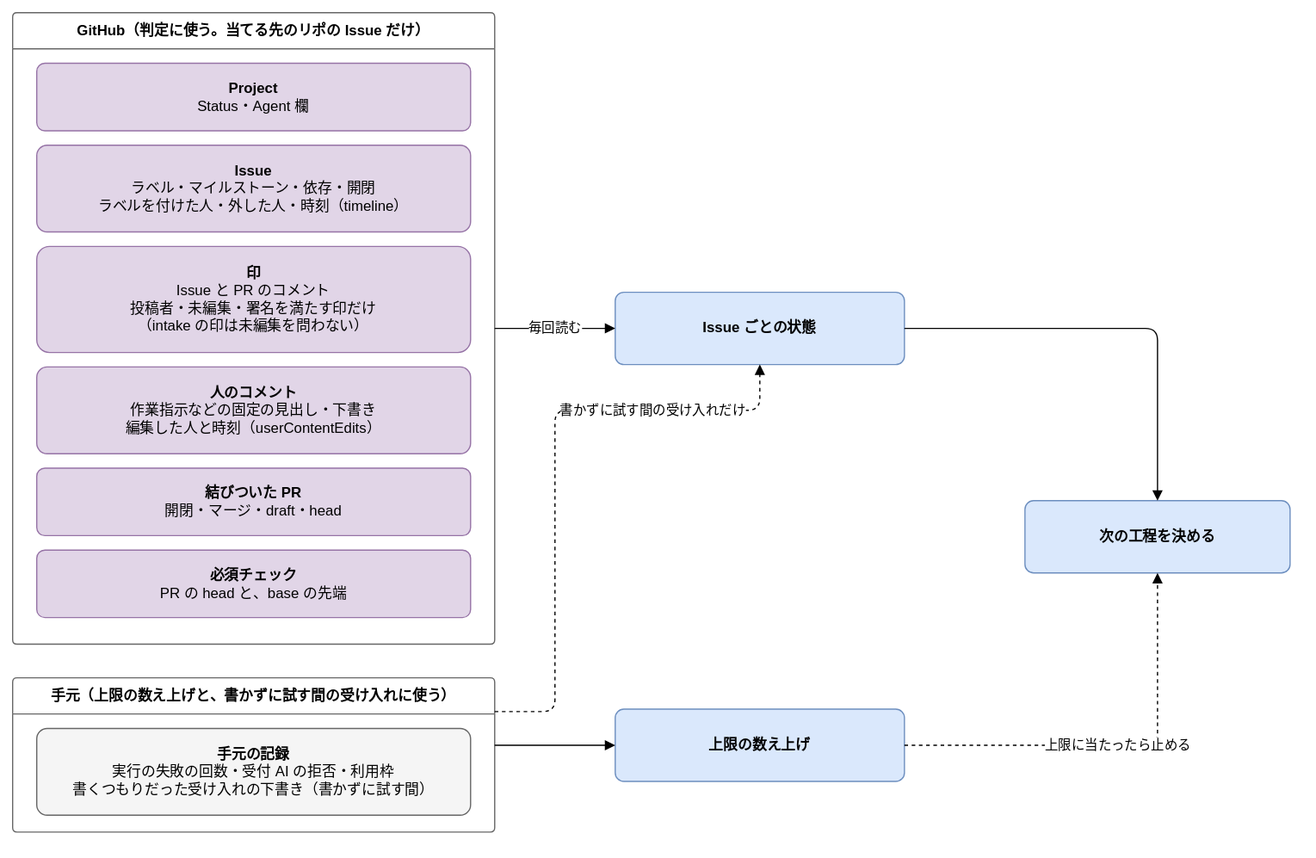
Above: docs/design/basic/diagrams/02-state-assembly.drawio.svg in Joymerrevent/dev-autopilot (draw.io), before the change. Source tidied: cells renumbered, new cells last; positions are measured from the earlier drawing's top-left corner, leaving out a move shared by most shapes.
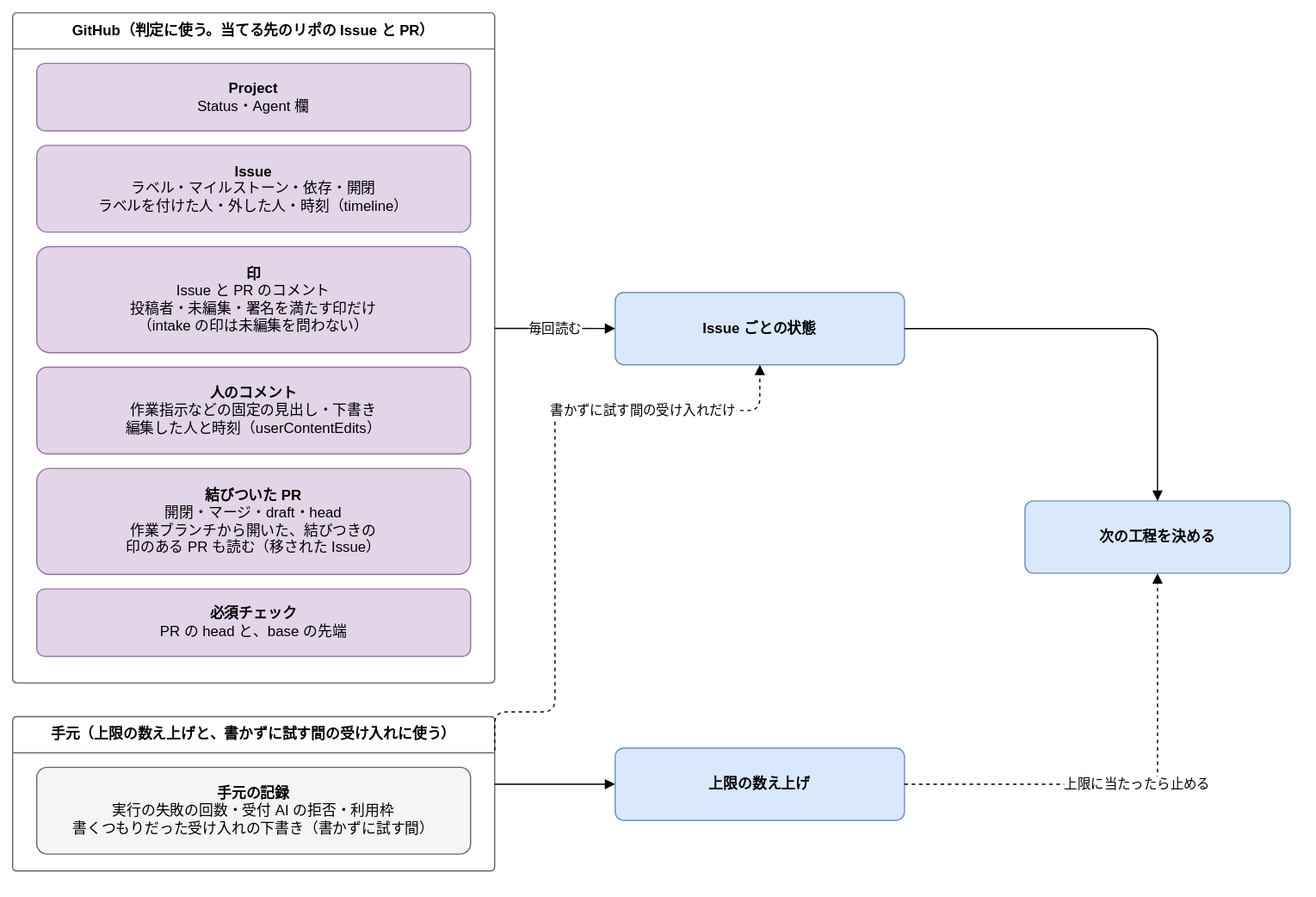
After the change.

Change to the diagram source:
```diff
@@ -2,8 +2,8 @@
   <root>
     <mxCell id="0" />
     <mxCell id="1" parent="0" />
-    <mxCell id="2" value="GitHub（判定に使う。当てる先のリポの Issue だけ）" style="swimlane;startSize=30;html=1;whiteSpace=wrap;rounded=1;arcSize=4;fontStyle=1;fontSize=12;strokeColor=#666666;fillColor=none;swimlaneFillColor=none;" parent="1" vertex="1">
-      <mxGeometry width="400" height="524" as="geometry" />
+    <mxCell id="2" value="GitHub（判定に使う。当てる先のリポの Issue と PR）" style="swimlane;startSize=30;html=1;whiteSpace=wrap;rounded=1;arcSize=4;fontStyle=1;fontSize=12;strokeColor=#666666;fillColor=none;swimlaneFillColor=none;" parent="1" vertex="1">
+      <mxGeometry width="400" height="556" as="geometry" />
     </mxCell>
     <mxCell id="3" value="&lt;b&gt;Project&lt;/b&gt;&lt;br&gt;Status・Agent 欄" style="rounded=1;whiteSpace=wrap;html=1;fontSize=12;arcSize=12;spacing=12;fillColor=#e1d5e7;strokeColor=#9673a6;" parent="2" vertex="1">
       <mxGeometry x="20" y="42" width="360" height="56" as="geometry" />
@@ -17,14 +17,14 @@
     <mxCell id="6" value="&lt;b&gt;人のコメント&lt;/b&gt;&lt;br&gt;作業指示などの固定の見出し・下書き&lt;br&gt;編集した人と時刻（userContentEdits）" style="rounded=1;whiteSpace=wrap;html=1;fontSize=12;arcSize=12;spacing=12;fillColor=#e1d5e7;strokeColor=#9673a6;" parent="2" vertex="1">
       <mxGeometry x="20" y="294" width="360" height="72" as="geometry" />
     </mxCell>
-    <mxCell id="7" value="&lt;b&gt;結びついた PR&lt;/b&gt;&lt;br&gt;開閉・マージ・draft・head" style="rounded=1;whiteSpace=wrap;html=1;fontSize=12;arcSize=12;spacing=12;fillColor=#e1d5e7;strokeColor=#9673a6;" parent="2" vertex="1">
-      <mxGeometry x="20" y="378" width="360" height="56" as="geometry" />
+    <mxCell id="7" value="&lt;b&gt;結びついた PR&lt;/b&gt;&lt;br&gt;開閉・マージ・draft・head&lt;br&gt;作業ブランチから開いた、結びつきの&lt;br&gt;印のある PR も読む（移された Issue）" style="rounded=1;whiteSpace=wrap;html=1;fontSize=12;arcSize=12;spacing=12;fillColor=#e1d5e7;strokeColor=#9673a6;" parent="2" vertex="1">
+      <mxGeometry x="20" y="378" width="360" height="88" as="geometry" />
     </mxCell>
     <mxCell id="8" value="&lt;b&gt;必須チェック&lt;/b&gt;&lt;br&gt;PR の head と、base の先端" style="rounded=1;whiteSpace=wrap;html=1;fontSize=12;arcSize=12;spacing=12;fillColor=#e1d5e7;strokeColor=#9673a6;" parent="2" vertex="1">
-      <mxGeometry x="20" y="446" width="360" height="56" as="geometry" />
+      <mxGeometry x="20" y="478" width="360" height="56" as="geometry" />
     </mxCell>
     <mxCell id="9" value="手元（上限の数え上げと、書かずに試す間の受け入れに使う）" style="swimlane;startSize=30;html=1;whiteSpace=wrap;rounded=1;arcSize=4;fontStyle=1;fontSize=12;strokeColor=#666666;fillColor=none;swimlaneFillColor=none;" parent="1" vertex="1">
-      <mxGeometry y="552" width="400" height="128" as="geometry" />
+      <mxGeometry y="584" width="400" height="128" as="geometry" />
     </mxCell>
     <mxCell id="10" value="&lt;b&gt;手元の記録&lt;/b&gt;&lt;br&gt;実行の失敗の回数・受付 AI の拒否・利用枠&lt;br&gt;書くつもりだった受け入れの下書き（書かずに試す間）" style="rounded=1;whiteSpace=wrap;html=1;fontSize=12;arcSize=12;spacing=12;fillColor=#f5f5f5;strokeColor=#666666;" parent="9" vertex="1">
       <mxGeometry x="20" y="42" width="360" height="72" as="geometry" />
@@ -33,12 +33,12 @@
       <mxGeometry x="500" y="232" width="240" height="60" as="geometry" />
     </mxCell>
     <mxCell id="12" value="&lt;b&gt;上限の数え上げ&lt;/b&gt;" style="rounded=1;whiteSpace=wrap;html=1;fontSize=12;arcSize=12;spacing=12;fillColor=#dae8fc;strokeColor=#6c8ebf;" parent="1" vertex="1">
-      <mxGeometry x="500" y="578" width="240" height="60" as="geometry" />
+      <mxGeometry x="500" y="610" width="240" height="60" as="geometry" />
     </mxCell>
     <mxCell id="13" value="&lt;b&gt;次の工程を決める&lt;/b&gt;" style="rounded=1;whiteSpace=wrap;html=1;fontSize=12;arcSize=12;spacing=12;fillColor=#dae8fc;strokeColor=#6c8ebf;" parent="1" vertex="1">
       <mxGeometry x="840" y="405" width="220" height="60" as="geometry" />
     </mxCell>
-    <mxCell id="14" value="毎回読む" style="edgeStyle=orthogonalEdgeStyle;rounded=1;html=1;endArrow=block;endFill=1;fontSize=11;labelBackgroundColor=#ffffff;exitX=1;exitY=0.5;exitDx=0;exitDy=0;entryX=0;entryY=0.5;entryDx=0;entryDy=0;" parent="1" edge="1" source="2" target="11">
+    <mxCell id="14" value="毎回読む" style="edgeStyle=orthogonalEdgeStyle;rounded=1;html=1;endArrow=block;endFill=1;fontSize=11;labelBackgroundColor=#ffffff;exitX=1;exitDx=0;exitDy=0;entryX=0;entryY=0.5;entryDx=0;entryDy=0;exitY=0.471;" parent="1" edge="1" source="2" target="11">
       <mxGeometry relative="1" as="geometry" />
     </mxCell>
     <mxCell id="15" style="edgeStyle=orthogonalEdgeStyle;rounded=1;html=1;endArrow=block;endFill=1;fontSize=11;labelBackgroundColor=#ffffff;exitX=1;exitY=0.4375;exitDx=0;exitDy=0;entryX=0;entryY=0.5;entryDx=0;entryDy=0;" parent="1" edge="1" source="9" target="12">
```
